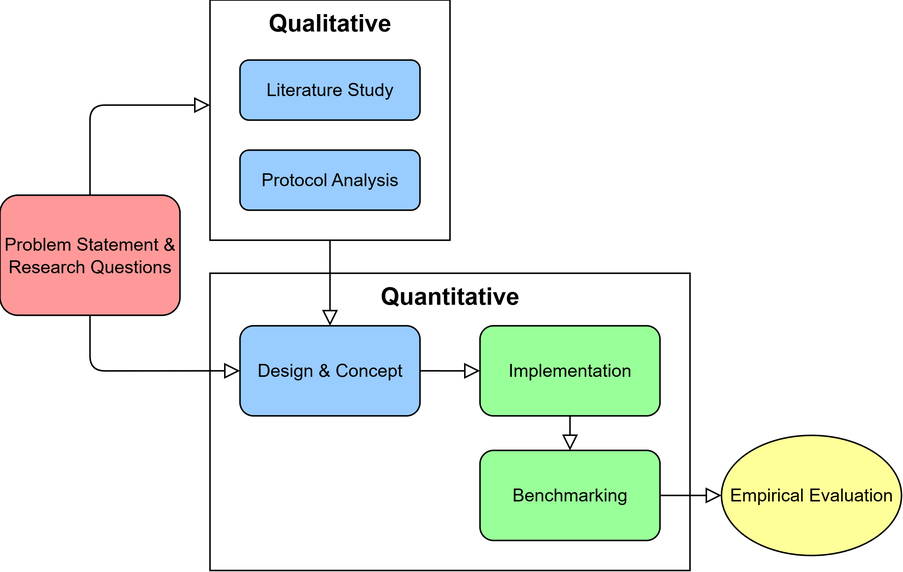
The draw.io diagram report/Images/research_approach.png in Jaevii/wireguard-go-PQC, before a commit. Source tidied: cells renumbered, new cells last; positions are measured from the earlier drawing's top-left corner, leaving out a move shared by most shapes.
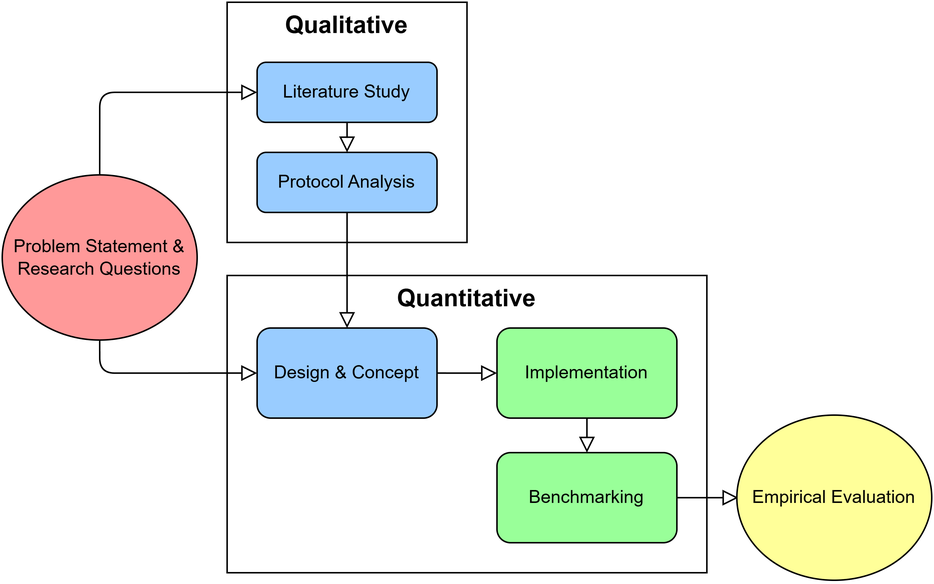
After the commit.

Diff of the diagram source:
```diff
@@ -2,9 +2,6 @@
   <root>
     <mxCell id="0" />
     <mxCell id="1" parent="0" />
-    <mxCell id="2" value="&lt;font&gt;&lt;font style=&quot;&quot;&gt;Problem&amp;nbsp;&lt;/font&gt;&lt;span style=&quot;background-color: transparent;&quot;&gt;Statement &amp;amp;&lt;/span&gt;&lt;/font&gt;&lt;div&gt;&lt;span style=&quot;background-color: transparent;&quot;&gt;&lt;font&gt;Research Questions&lt;/font&gt;&lt;/span&gt;&lt;/div&gt;" style="rounded=1;whiteSpace=wrap;html=1;fontSize=12;glass=0;strokeWidth=1;shadow=0;fontColor=light-dark(#000000,#000000);fillColor=light-dark(#FFFFFF,#FF9999);strokeColor=light-dark(#000000,#000000);" parent="1" vertex="1">
-      <mxGeometry y="130" width="120" height="80" as="geometry" />
-    </mxCell>
     <mxCell id="3" style="rounded=0;whiteSpace=wrap;html=1;strokeColor=light-dark(#000000,#000000);strokeWidth=1;fillColor=none;" parent="1" vertex="1">
       <mxGeometry x="140" y="182" width="320" height="198" as="geometry" />
     </mxCell>
@@ -14,9 +11,6 @@
     <mxCell id="5" value="Implementation" style="rounded=1;whiteSpace=wrap;html=1;fontColor=light-dark(#000000,#000000);fillColor=light-dark(#FFFFFF,#99FF99);strokeColor=light-dark(#000000,#000000);strokeWidth=1;perimeterSpacing=0;" parent="1" vertex="1">
       <mxGeometry x="320" y="217" width="120" height="60" as="geometry" />
     </mxCell>
-    <mxCell id="6" value="Empirical&amp;nbsp;&lt;span style=&quot;background-color: transparent;&quot;&gt;Evaluation&lt;/span&gt;" style="ellipse;whiteSpace=wrap;html=1;fontColor=light-dark(#000000,#000000);fillColor=light-dark(#FFFFFF,#FFFF99);strokeColor=light-dark(#000000,#000000);strokeWidth=1;" parent="1" vertex="1">
-      <mxGeometry x="481" y="290" width="120" height="80" as="geometry" />
-    </mxCell>
     <mxCell id="7" style="group;fontColor=light-dark(#000000,#000000);labelBorderColor=light-dark(#000000,#000000);strokeColor=light-dark(#000000,#000000);" parent="1" vertex="1">
       <mxGeometry x="140" width="160" height="160" as="geometry" />
     </mxCell>
@@ -35,23 +29,23 @@
     <mxCell id="12" value="Protocol&amp;nbsp;Analysis" style="rounded=1;whiteSpace=wrap;html=1;fontColor=light-dark(#000000,#000000);fillColor=light-dark(#FFFFFF,#99CCFF);strokeColor=light-dark(#000000,#000000);strokeWidth=1;" parent="1" vertex="1">
       <mxGeometry x="160" y="100" width="120" height="40" as="geometry" />
     </mxCell>
-    <mxCell id="13" style="rounded=1;html=1;jettySize=auto;fontSize=11;endArrow=block;endFill=0;endSize=8;strokeWidth=1;shadow=0;labelBackgroundColor=none;edgeStyle=orthogonalEdgeStyle;exitX=0.5;exitY=0;exitDx=0;exitDy=0;strokeColor=light-dark(#000000,#000000);curved=0;" parent="1" edge="1" source="2">
+    <mxCell id="13" style="rounded=1;html=1;jettySize=auto;fontSize=11;endArrow=block;endFill=0;endSize=8;strokeWidth=1;shadow=0;labelBackgroundColor=none;edgeStyle=orthogonalEdgeStyle;strokeColor=light-dark(#000000,#000000);curved=0;exitX=0.5;exitY=0;exitDx=0;exitDy=0;entryX=0;entryY=0.5;entryDx=0;entryDy=0;" parent="1" edge="1" source="2" target="11">
       <mxGeometry relative="1" as="geometry">
-        <mxPoint x="140" y="70" as="targetPoint" />
         <Array as="points">
-          <mxPoint x="60" y="70" />
+          <mxPoint x="55" y="60" />
         </Array>
       </mxGeometry>
     </mxCell>
-    <mxCell id="14" style="rounded=1;html=1;jettySize=auto;fontSize=11;endArrow=block;endFill=0;endSize=8;strokeWidth=1;shadow=0;labelBackgroundColor=none;edgeStyle=orthogonalEdgeStyle;exitX=0.5;exitY=1;exitDx=0;exitDy=0;strokeColor=light-dark(#000000,#000000);curved=0;entryX=0;entryY=0.5;entryDx=0;entryDy=0;" parent="1" edge="1" source="2" target="9">
+    <mxCell id="14" style="rounded=1;html=1;jettySize=auto;fontSize=11;endArrow=block;endFill=0;endSize=8;strokeWidth=1;shadow=0;labelBackgroundColor=none;edgeStyle=orthogonalEdgeStyle;strokeColor=light-dark(#000000,#000000);curved=0;entryX=0;entryY=0.5;entryDx=0;entryDy=0;exitX=0.5;exitY=1;exitDx=0;exitDy=0;" parent="1" edge="1" source="2" target="9">
       <mxGeometry relative="1" as="geometry">
         <Array as="points">
-          <mxPoint x="60" y="247" />
+          <mxPoint x="55" y="247" />
         </Array>
       </mxGeometry>
     </mxCell>
-    <mxCell id="15" style="rounded=1;html=1;jettySize=auto;fontSize=11;endArrow=block;endFill=0;endSize=8;strokeWidth=1;shadow=0;labelBackgroundColor=none;edgeStyle=orthogonalEdgeStyle;exitX=1;exitY=0.5;exitDx=0;exitDy=0;entryX=0;entryY=0.5;entryDx=0;entryDy=0;strokeColor=light-dark(#000000,#000000);curved=0;" parent="1" edge="1" source="8" target="6">
+    <mxCell id="15" style="rounded=1;html=1;jettySize=auto;fontSize=11;endArrow=block;endFill=0;endSize=8;strokeWidth=1;shadow=0;labelBackgroundColor=none;edgeStyle=orthogonalEdgeStyle;exitX=1;exitY=0.5;exitDx=0;exitDy=0;entryX=0;entryY=0.5;entryDx=0;entryDy=0;strokeColor=light-dark(#000000,#000000);curved=0;" parent="1" edge="1" source="8">
       <mxGeometry relative="1" as="geometry">
+        <mxPoint x="481" y="330" as="targetPoint" />
         <Array as="points">
           <mxPoint x="462" y="330" />
           <mxPoint x="462" y="330" />
@@ -69,14 +63,22 @@
         </Array>
       </mxGeometry>
     </mxCell>
-    <mxCell id="18" style="rounded=1;html=1;jettySize=auto;fontSize=11;endArrow=block;endFill=0;endSize=8;strokeWidth=1;shadow=0;labelBackgroundColor=none;edgeStyle=orthogonalEdgeStyle;entryX=0.5;entryY=0;entryDx=0;entryDy=0;strokeColor=light-dark(#000000,#000000);curved=0;" parent="1" edge="1" target="9">
-      <mxGeometry relative="1" as="geometry">
-        <mxPoint x="220" y="160" as="sourcePoint" />
-        <Array as="points">
-          <mxPoint x="220" y="190" />
-          <mxPoint x="220" y="190" />
-        </Array>
-      </mxGeometry>
+    <mxCell id="18" style="rounded=1;html=1;jettySize=auto;fontSize=11;endArrow=block;endFill=0;endSize=8;strokeWidth=1;shadow=0;labelBackgroundColor=none;edgeStyle=orthogonalEdgeStyle;entryX=0.5;entryY=0;entryDx=0;entryDy=0;strokeColor=light-dark(#000000,#000000);curved=0;exitX=0.5;exitY=1;exitDx=0;exitDy=0;" parent="1" edge="1" source="12" target="9">
+      <mxGeometry relative="1" as="geometry" />
     </mxCell>
+    <mxCell id="2" value="Problem &lt;span style=&quot;background-color: transparent;&quot;&gt;Statement &amp;amp;&lt;/span&gt;&lt;div&gt;&lt;span style=&quot;background-color: transparent;&quot;&gt;Research Questions&lt;/span&gt;&lt;/div&gt;" style="ellipse;whiteSpace=wrap;html=1;fontColor=light-dark(#000000,#000000);fillColor=light-dark(#FFFFFF,#FF9999);strokeColor=light-dark(#000000,#000000);strokeWidth=1;" parent="1" vertex="1">
+      <mxGeometry x="-10" y="115" width="130" height="110" as="geometry" />
+    </mxCell>
+    <mxCell id="6" value="Empirical &lt;span style=&quot;background-color: transparent;&quot;&gt;Evaluation&lt;/span&gt;" style="ellipse;whiteSpace=wrap;html=1;fontColor=light-dark(#000000,#000000);fillColor=light-dark(#FFFFFF,#FFFF99);strokeColor=light-dark(#000000,#000000);strokeWidth=1;" parent="1" vertex="1">
+      <mxGeometry x="480" y="275" width="130" height="110" as="geometry" />
+    </mxCell>
+    <mxCell id="19" style="rounded=1;html=1;jettySize=auto;fontSize=11;endArrow=block;endFill=0;endSize=8;strokeWidth=1;shadow=0;labelBackgroundColor=none;edgeStyle=orthogonalEdgeStyle;entryX=0.5;entryY=0;entryDx=0;entryDy=0;strokeColor=light-dark(#000000,#000000);curved=0;exitX=0.5;exitY=1;exitDx=0;exitDy=0;" parent="1" edge="1" source="11" target="12">
+      <mxGeometry relative="1" as="geometry">
+        <Array as="points">
+          <mxPoint x="220" y="90" />
+          <mxPoint x="220" y="90" />
+        </Array>
+      </mxGeometry>
+    </mxCell>
   </root>
 </mxGraphModel>
```
